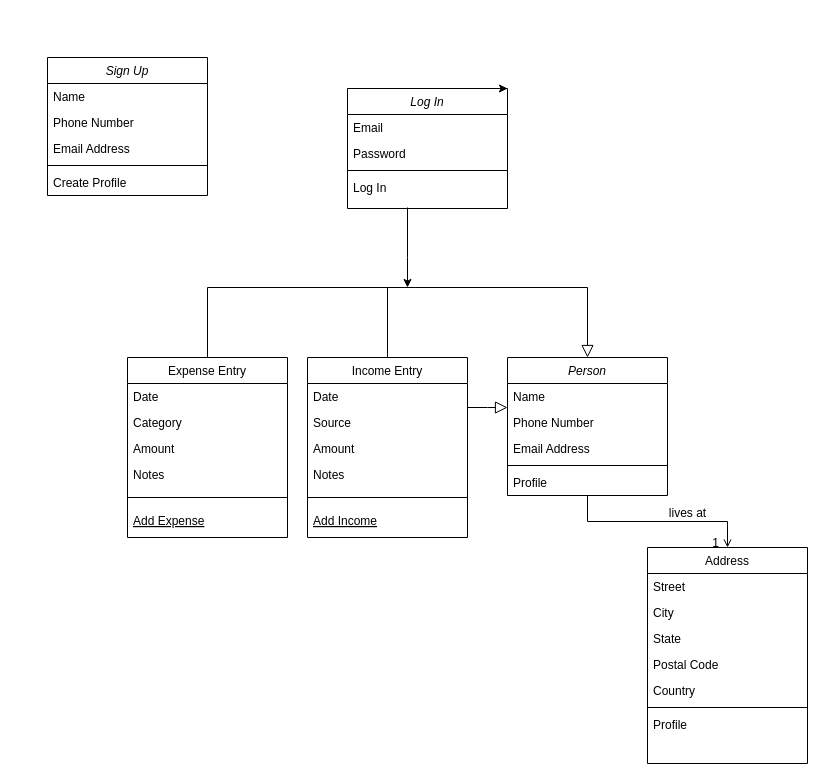
The draw.io diagram page "Page-1" (1 of 2) of Expense Tracker/Untitled Diagram.drawio in shahriararefin/HTML---CSS, before the edit. Source tidied: cells renumbered, new cells numbered last; positions are measured from the earlier drawing's top-left corner, leaving out a move shared by most shapes. Both pictures are drawn from the tidied source at 100%, with x=0, y=0 at pixel (47, 57).
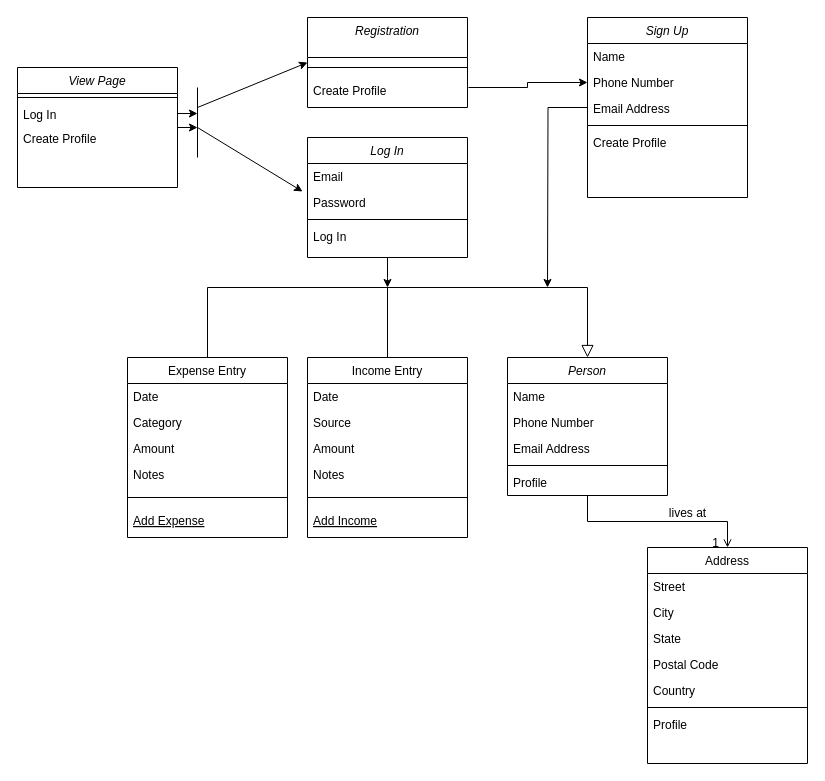
Above is the later version.

The change refers to these unchanged cells:
```xml
<mxCell id="2" value="Person" style="swimlane;fontStyle=2;align=center;verticalAlign=top;horizontal=1;startSize=26;rounded=0;shadow=0;strokeWidth=1;" parent="1" vertex="1">
  <mxGeometry x="460" y="300" width="160" height="138" as="geometry" />
</mxCell>
<mxCell id="30" value="Email" style="text;align=left;verticalAlign=top;spacingLeft=4;spacingRight=4;overflow=hidden;points=[[0,0.5],[1,0.5]];portConstraint=eastwest;" parent="29" vertex="1">
  <mxGeometry y="26" width="160" height="26" as="geometry" />
</mxCell>
```

Diff of the diagram source:
```diff
@@
-    <mxCell id="16" style="endArrow=block;endSize=10;endFill=0;shadow=0;strokeWidth=1;rounded=0;edgeStyle=elbowEdgeStyle;elbow=vertical;" parent="1" edge="1" target="2">
-      <mxGeometry relative="1" as="geometry">
-        <mxPoint x="420" y="350" as="sourcePoint" />
-      </mxGeometry>
-    </mxCell>
@@
-    <mxCell id="28" style="edgeStyle=none;rounded=0;orthogonalLoop=1;jettySize=auto;html=1;" parent="1" edge="1">
-      <mxGeometry relative="1" as="geometry">
-        <mxPoint x="360" y="150" as="sourcePoint" />
-        <mxPoint x="360" y="230" as="targetPoint" />
-        <Array as="points">
-          <mxPoint x="360" y="200" />
-        </Array>
-      </mxGeometry>
-    </mxCell>
+    <mxCell id="49" style="edgeStyle=orthogonalEdgeStyle;rounded=0;jettySize=auto;html=1;" parent="1" edge="1" source="29">
+      <mxGeometry relative="1" as="geometry">
+        <mxPoint x="340" y="230" as="targetPoint" />
+      </mxGeometry>
+    </mxCell>
     <mxCell id="29" value="Log In" style="swimlane;fontStyle=2;align=center;verticalAlign=top;horizontal=1;startSize=26;rounded=0;shadow=0;strokeWidth=1;" parent="1" vertex="1">
-      <mxGeometry x="300" y="31" width="160" height="120" as="geometry" />
+      <mxGeometry x="260" y="80" width="160" height="120" as="geometry" />
     </mxCell>
@@
     <mxCell id="33" value="Log In" style="text;align=left;verticalAlign=top;spacingLeft=4;spacingRight=4;overflow=hidden;" parent="29" vertex="1">
-      <mxGeometry y="86" width="160" height="26" as="geometry" />
+      <mxGeometry y="86" width="160" height="24" as="geometry" />
     </mxCell>
+    <mxCell id="50" style="edgeStyle=orthogonalEdgeStyle;rounded=0;jettySize=auto;html=1;entryX=0;entryY=0.5;entryDx=0;entryDy=0;exitX=1.006;exitY=2.5;exitDx=0;exitDy=0;exitPerimeter=0;" parent="1" edge="1" source="39" target="36">
+      <mxGeometry relative="1" as="geometry" />
+    </mxCell>
-    <mxCell id="34" value="Sign Up" style="swimlane;fontStyle=2;align=center;verticalAlign=top;horizontal=1;startSize=26;rounded=0;shadow=0;strokeWidth=1;" parent="1" vertex="1">
-      <mxGeometry width="160" height="138" as="geometry" />
+    <mxCell id="34" value="Registration" style="swimlane;fontStyle=2;align=center;verticalAlign=top;horizontal=1;startSize=40;rounded=0;shadow=0;strokeWidth=1;" parent="1" vertex="1">
+      <mxGeometry x="260" y="-40" width="160" height="90" as="geometry" />
     </mxCell>
-    <mxCell id="35" value="Name" style="text;align=left;verticalAlign=top;spacingLeft=4;spacingRight=4;overflow=hidden;" parent="34" vertex="1">
-      <mxGeometry y="26" width="160" height="26" as="geometry" />
-    </mxCell>
-    <mxCell id="36" value="Phone Number" style="text;align=left;verticalAlign=top;spacingLeft=4;spacingRight=4;overflow=hidden;points=[[0,0.5],[1,0.5]];portConstraint=eastwest;rounded=0;shadow=0;html=0;" parent="34" vertex="1">
-      <mxGeometry y="52" width="160" height="26" as="geometry" />
-    </mxCell>
-    <mxCell id="37" value="Email Address" style="text;align=left;verticalAlign=top;spacingLeft=4;spacingRight=4;overflow=hidden;rounded=0;shadow=0;html=0;" parent="34" vertex="1">
-      <mxGeometry y="78" width="160" height="26" as="geometry" />
-    </mxCell>
     <mxCell id="38" style="line;html=1;strokeWidth=1;align=left;verticalAlign=middle;spacingTop=-1;spacingLeft=3;spacingRight=3;labelPosition=right;" parent="34" vertex="1">
-      <mxGeometry y="104" width="160" height="8" as="geometry" />
+      <mxGeometry y="40" width="160" height="20" as="geometry" />
     </mxCell>
     <mxCell id="39" value="Create Profile" style="text;align=left;verticalAlign=top;spacingLeft=4;spacingRight=4;overflow=hidden;points=[[0,0.5],[1,0.5]];portConstraint=eastwest;" parent="34" vertex="1">
-      <mxGeometry y="112" width="160" height="26" as="geometry" />
+      <mxGeometry y="60" width="160" height="4" as="geometry" />
     </mxCell>
@@
-    <mxCell id="48" style="edgeStyle=none;rounded=0;orthogonalLoop=1;jettySize=auto;html=1;exitX=0.5;exitY=0;exitDx=0;exitDy=0;entryX=1;entryY=0;entryDx=0;entryDy=0;" parent="1" edge="1" source="29" target="29">
-      <mxGeometry relative="1" as="geometry" />
-    </mxCell>
+    <mxCell id="51" style="edgeStyle=orthogonalEdgeStyle;rounded=0;jettySize=auto;html=1;" parent="1" edge="1" source="52">
+      <mxGeometry relative="1" as="geometry">
+        <mxPoint x="500" y="230" as="targetPoint" />
+      </mxGeometry>
+    </mxCell>
+    <mxCell id="52" value="Sign Up" style="swimlane;fontStyle=2;align=center;verticalAlign=top;horizontal=1;startSize=26;rounded=0;shadow=0;strokeWidth=1;" parent="1" vertex="1">
+      <mxGeometry x="540" y="-40" width="160" height="180" as="geometry" />
+    </mxCell>
+    <mxCell id="35" value="Name" style="text;align=left;verticalAlign=top;spacingLeft=4;spacingRight=4;overflow=hidden;" parent="52" vertex="1">
+      <mxGeometry y="26" width="160" height="26" as="geometry" />
+    </mxCell>
+    <mxCell id="36" value="Phone Number" style="text;align=left;verticalAlign=top;spacingLeft=4;spacingRight=4;overflow=hidden;points=[[0,0.5],[1,0.5]];portConstraint=eastwest;rounded=0;shadow=0;html=0;" parent="52" vertex="1">
+      <mxGeometry y="52" width="160" height="26" as="geometry" />
+    </mxCell>
+    <mxCell id="37" value="Email Address" style="text;align=left;verticalAlign=top;spacingLeft=4;spacingRight=4;overflow=hidden;rounded=0;shadow=0;html=0;" parent="52" vertex="1">
+      <mxGeometry y="78" width="160" height="26" as="geometry" />
+    </mxCell>
+    <mxCell id="53" style="line;html=1;strokeWidth=1;align=left;verticalAlign=middle;spacingTop=-1;spacingLeft=3;spacingRight=3;labelPosition=right;" parent="52" vertex="1">
+      <mxGeometry y="104" width="160" height="8" as="geometry" />
+    </mxCell>
+    <mxCell id="54" value="Create Profile" style="text;align=left;verticalAlign=top;spacingLeft=4;spacingRight=4;overflow=hidden;" parent="52" vertex="1">
+      <mxGeometry y="112" width="160" height="28" as="geometry" />
+    </mxCell>
+    <mxCell id="55" style="edgeStyle=orthogonalEdgeStyle;rounded=0;jettySize=auto;html=1;" parent="1" edge="1" source="56">
+      <mxGeometry relative="1" as="geometry">
+        <mxPoint x="150" y="70" as="targetPoint" />
+      </mxGeometry>
+    </mxCell>
+    <mxCell id="56" value="View Page" style="swimlane;fontStyle=2;align=center;verticalAlign=top;horizontal=1;startSize=26;rounded=0;shadow=0;strokeWidth=1;" parent="1" vertex="1">
+      <mxGeometry x="-30" y="10" width="160" height="120" as="geometry" />
+    </mxCell>
+    <mxCell id="57" style="line;html=1;strokeWidth=1;align=left;verticalAlign=middle;spacingTop=-1;spacingLeft=3;spacingRight=3;labelPosition=right;" parent="56" vertex="1">
+      <mxGeometry y="26" width="160" height="8" as="geometry" />
+    </mxCell>
+    <mxCell id="58" style="edgeStyle=orthogonalEdgeStyle;rounded=0;jettySize=auto;html=1;" parent="56" edge="1" source="59">
+      <mxGeometry relative="1" as="geometry">
+        <mxPoint x="180" y="46" as="targetPoint" />
+      </mxGeometry>
+    </mxCell>
+    <mxCell id="59" value="Log In" style="text;align=left;verticalAlign=top;spacingLeft=4;spacingRight=4;overflow=hidden;points=[[0,0.5],[1,0.5]];portConstraint=eastwest;" parent="56" vertex="1">
+      <mxGeometry y="34" width="160" height="24" as="geometry" />
+    </mxCell>
+    <mxCell id="60" value="Create Profile" style="text;align=left;verticalAlign=top;spacingLeft=4;spacingRight=4;overflow=hidden;" parent="56" vertex="1">
+      <mxGeometry y="58" width="160" height="24" as="geometry" />
+    </mxCell>
+    <mxCell id="61" style="endArrow=none;html=1;rounded=0;exitX=0.5;exitY=0;exitDx=0;exitDy=0;" parent="1" edge="1">
+      <mxGeometry relative="1" as="geometry">
+        <mxPoint x="150" y="100" as="sourcePoint" />
+        <mxPoint x="150" y="30" as="targetPoint" />
+      </mxGeometry>
+    </mxCell>
+    <mxCell id="62" style="endArrow=classic;html=1;rounded=0;entryX=0;entryY=0.5;entryDx=0;entryDy=0;" parent="1" edge="1" target="34">
+      <mxGeometry relative="1" as="geometry">
+        <mxPoint x="150" y="50" as="sourcePoint" />
+      </mxGeometry>
+    </mxCell>
+    <mxCell id="63" style="endArrow=classic;html=1;rounded=0;entryX=-0.031;entryY=1.077;entryDx=0;entryDy=0;entryPerimeter=0;" parent="1" edge="1" target="30">
+      <mxGeometry relative="1" as="geometry">
+        <mxPoint x="150" y="70" as="sourcePoint" />
+      </mxGeometry>
+    </mxCell>
```
